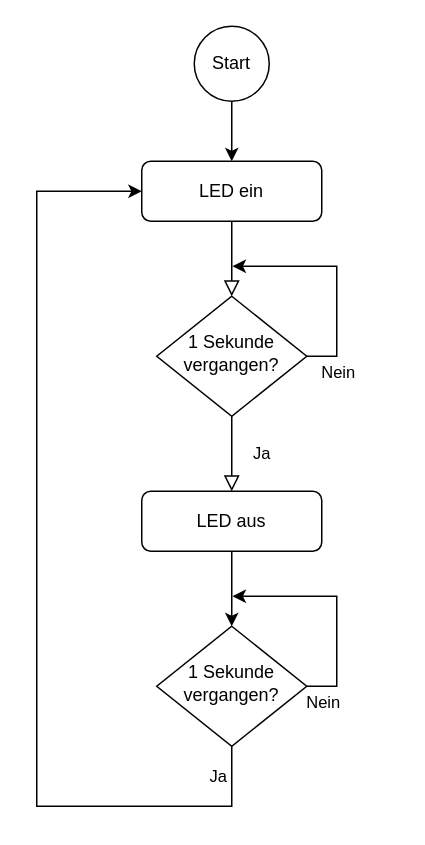
The draw.io diagram blinkingLedButton.drawio in jahnhtl/flussdiagramme, before the edit. Source tidied: cells renumbered, new cells numbered last; positions are measured from the earlier drawing's top-left corner, leaving out a move shared by most shapes. Both pictures are drawn from the tidied source at 150%, with x=0, y=0 at pixel (36, 26).
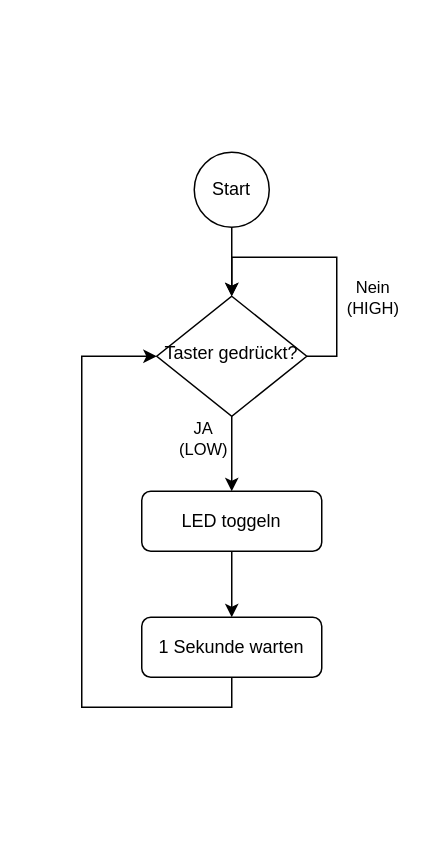
The same page after the edit.

What changed in the source:
```diff
@@
-    <mxCell id="2" style="rounded=0;html=1;jettySize=auto;fontSize=11;endArrow=block;endFill=0;endSize=8;strokeWidth=1;shadow=0;labelBackgroundColor=none;edgeStyle=orthogonalEdgeStyle;" parent="1" edge="1" source="3" target="7">
-      <mxGeometry relative="1" as="geometry" />
-    </mxCell>
-    <mxCell id="3" value="LED ein" style="rounded=1;whiteSpace=wrap;html=1;fontSize=12;glass=0;strokeWidth=1;shadow=0;" parent="1" vertex="1">
-      <mxGeometry x="70" y="90" width="120" height="40" as="geometry" />
-    </mxCell>
-    <mxCell id="4" value="Ja" style="rounded=0;html=1;jettySize=auto;fontSize=11;endArrow=block;endFill=0;endSize=8;strokeWidth=1;shadow=0;labelBackgroundColor=none;edgeStyle=orthogonalEdgeStyle;entryX=0.5;entryY=0;entryDx=0;entryDy=0;exitX=0.5;exitY=1;exitDx=0;exitDy=0;" parent="1" edge="1" source="7" target="14">
-      <mxGeometry y="20" relative="1" as="geometry" />
-    </mxCell>
-    <mxCell id="5" style="edgeStyle=orthogonalEdgeStyle;rounded=0;jettySize=auto;html=1;exitX=1;exitY=0.5;exitDx=0;exitDy=0;" parent="1" edge="1" source="7">
+    <mxCell id="5" style="edgeStyle=orthogonalEdgeStyle;rounded=0;orthogonalLoop=1;jettySize=auto;html=1;exitX=1;exitY=0.5;exitDx=0;exitDy=0;entryX=0.5;entryY=0;entryDx=0;entryDy=0;" parent="1" edge="1" source="7" target="7">
       <mxGeometry relative="1" as="geometry">
-        <mxPoint x="130" y="160" as="targetPoint" />
+        <Array as="points">
+          <mxPoint x="200" y="220" />
+          <mxPoint x="200" y="154" />
+          <mxPoint x="130" y="154" />
+        </Array>
       </mxGeometry>
     </mxCell>
-    <mxCell id="6" value="Nein" style="edgeLabel;html=1;align=center;verticalAlign=middle;" parent="5" vertex="1">
+    <mxCell id="6" value="&lt;div&gt;Nein&lt;/div&gt;&lt;div&gt;(HIGH)&lt;br&gt;&lt;/div&gt;" style="edgeLabel;html=1;align=center;verticalAlign=middle;" parent="5" vertex="1">
       <mxGeometry x="-0.82" y="-8" relative="1" as="geometry">
-        <mxPoint x="6" y="2" as="offset" />
+        <mxPoint x="27" y="-48" as="offset" />
       </mxGeometry>
     </mxCell>
+    <mxCell id="4" style="edgeStyle=orthogonalEdgeStyle;rounded=0;jettySize=auto;html=1;exitX=0.5;exitY=1;exitDx=0;exitDy=0;entryX=0.5;entryY=0;entryDx=0;entryDy=0;" parent="1" edge="1" source="7" target="14">
+      <mxGeometry relative="1" as="geometry" />
+    </mxCell>
+    <mxCell id="17" value="&lt;div&gt;JA&lt;/div&gt;&lt;div&gt;(LOW)&lt;/div&gt;" style="edgeLabel;html=1;align=center;verticalAlign=middle;" parent="4" vertex="1">
+      <mxGeometry x="-0.59" relative="1" as="geometry">
+        <mxPoint x="-20" y="4" as="offset" />
+      </mxGeometry>
+    </mxCell>
-    <mxCell id="7" value="1 Sekunde vergangen?" style="rhombus;whiteSpace=wrap;html=1;shadow=0;fontFamily=Helvetica;fontSize=12;align=center;strokeWidth=1;spacing=6;spacingTop=-4;" parent="1" vertex="1">
+    <mxCell id="7" value="Taster gedrückt?" style="rhombus;whiteSpace=wrap;html=1;shadow=0;fontFamily=Helvetica;fontSize=12;align=center;strokeWidth=1;spacing=6;spacingTop=-4;" parent="1" vertex="1">
       <mxGeometry x="80" y="180" width="100" height="80" as="geometry" />
     </mxCell>
-    <mxCell id="8" style="edgeStyle=orthogonalEdgeStyle;rounded=0;jettySize=auto;html=1;exitX=0.5;exitY=1;exitDx=0;exitDy=0;entryX=0;entryY=0.5;entryDx=0;entryDy=0;" parent="1" edge="1" source="12" target="3">
-      <mxGeometry relative="1" as="geometry">
-        <Array as="points">
-          <mxPoint x="130" y="520" />
-          <mxPoint y="520" />
-          <mxPoint y="110" />
-        </Array>
-      </mxGeometry>
-    </mxCell>
-    <mxCell id="9" value="Ja" style="edgeLabel;html=1;align=center;verticalAlign=middle;" parent="8" vertex="1">
-      <mxGeometry x="-0.88" relative="1" as="geometry">
-        <mxPoint x="-10" y="-20" as="offset" />
-      </mxGeometry>
-    </mxCell>
-    <mxCell id="10" style="edgeStyle=orthogonalEdgeStyle;rounded=0;jettySize=auto;html=1;exitX=1;exitY=0.5;exitDx=0;exitDy=0;" parent="1" edge="1" source="12">
-      <mxGeometry relative="1" as="geometry">
-        <mxPoint x="130" y="380" as="targetPoint" />
-      </mxGeometry>
-    </mxCell>
-    <mxCell id="11" value="Nein" style="edgeLabel;html=1;align=center;verticalAlign=middle;" parent="10" vertex="1">
-      <mxGeometry x="-0.17" y="5" relative="1" as="geometry">
-        <mxPoint x="-5" y="52" as="offset" />
-      </mxGeometry>
-    </mxCell>
-    <mxCell id="12" value="1 Sekunde vergangen?" style="rhombus;whiteSpace=wrap;html=1;shadow=0;fontFamily=Helvetica;fontSize=12;align=center;strokeWidth=1;spacing=6;spacingTop=-4;" parent="1" vertex="1">
-      <mxGeometry x="80" y="400" width="100" height="80" as="geometry" />
-    </mxCell>
-    <mxCell id="13" style="edgeStyle=orthogonalEdgeStyle;rounded=0;jettySize=auto;html=1;exitX=0.5;exitY=1;exitDx=0;exitDy=0;entryX=0.5;entryY=0;entryDx=0;entryDy=0;" parent="1" edge="1" source="14" target="12">
+    <mxCell id="13" style="edgeStyle=orthogonalEdgeStyle;rounded=0;jettySize=auto;html=1;exitX=0.5;exitY=1;exitDx=0;exitDy=0;entryX=0.5;entryY=0;entryDx=0;entryDy=0;" parent="1" edge="1" source="14" target="19">
       <mxGeometry relative="1" as="geometry" />
     </mxCell>
-    <mxCell id="14" value="LED aus" style="rounded=1;whiteSpace=wrap;html=1;fontSize=12;glass=0;strokeWidth=1;shadow=0;" parent="1" vertex="1">
+    <mxCell id="14" value="LED toggeln" style="rounded=1;whiteSpace=wrap;html=1;fontSize=12;glass=0;strokeWidth=1;shadow=0;" parent="1" vertex="1">
       <mxGeometry x="70" y="310" width="120" height="40" as="geometry" />
     </mxCell>
-    <mxCell id="15" style="edgeStyle=orthogonalEdgeStyle;rounded=0;jettySize=auto;html=1;exitX=0.5;exitY=1;exitDx=0;exitDy=0;entryX=0.5;entryY=0;entryDx=0;entryDy=0;" parent="1" edge="1" source="16" target="3">
+    <mxCell id="15" style="edgeStyle=orthogonalEdgeStyle;rounded=0;jettySize=auto;html=1;exitX=0.5;exitY=1;exitDx=0;exitDy=0;entryX=0.5;entryY=0;entryDx=0;entryDy=0;" parent="1" edge="1" source="16" target="7">
       <mxGeometry relative="1" as="geometry" />
     </mxCell>
     <mxCell id="16" value="&lt;div&gt;Start&lt;/div&gt;" style="ellipse;whiteSpace=wrap;html=1;" parent="1" vertex="1">
-      <mxGeometry x="105" width="50" height="50" as="geometry" />
+      <mxGeometry x="105" y="84" width="50" height="50" as="geometry" />
     </mxCell>
+    <mxCell id="18" style="edgeStyle=orthogonalEdgeStyle;rounded=0;jettySize=auto;html=1;exitX=0.5;exitY=1;exitDx=0;exitDy=0;entryX=0;entryY=0.5;entryDx=0;entryDy=0;" parent="1" edge="1" source="19" target="7">
+      <mxGeometry relative="1" as="geometry">
+        <Array as="points">
+          <mxPoint x="130" y="454" />
+          <mxPoint x="30" y="454" />
+          <mxPoint x="30" y="220" />
+        </Array>
+      </mxGeometry>
+    </mxCell>
+    <mxCell id="19" value="1 Sekunde warten" style="rounded=1;whiteSpace=wrap;html=1;fontSize=12;glass=0;strokeWidth=1;shadow=0;" parent="1" vertex="1">
+      <mxGeometry x="70" y="394" width="120" height="40" as="geometry" />
+    </mxCell>
```
